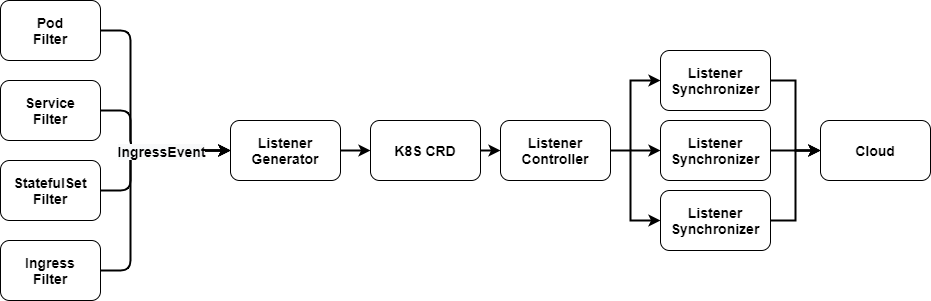
This is docs/features/bcs-ingress-controller/img/bcs-ingress-controller-architecture.png from TencentBlueKing/bk-bcs, a draw.io export, as it was before one commit. Source tidied: cells renumbered, new cells last; positions are measured from the earlier drawing's top-left corner, leaving out a move shared by most shapes. The source it was exported from:
```xml
<mxGraphModel>
  <root>
    <mxCell id="0" />
    <mxCell id="1" parent="0" />
    <mxCell id="2" value="Pod&lt;br&gt;Filter" style="rounded=1;whiteSpace=wrap;html=1;fontSize=14;fontStyle=1;" parent="1" vertex="1">
      <mxGeometry width="100" height="60" as="geometry" />
    </mxCell>
    <mxCell id="3" style="edgeStyle=orthogonalEdgeStyle;rounded=1;jettySize=auto;html=1;exitX=1;exitY=0.5;exitDx=0;exitDy=0;entryX=0;entryY=0.5;entryDx=0;entryDy=0;fontSize=14;strokeWidth=2;" parent="1" edge="1" source="4" target="10">
      <mxGeometry relative="1" as="geometry">
        <Array as="points">
          <mxPoint x="130" y="110" />
          <mxPoint x="130" y="150" />
        </Array>
      </mxGeometry>
    </mxCell>
    <mxCell id="4" value="Service&lt;br&gt;Filter" style="rounded=1;whiteSpace=wrap;html=1;fontSize=14;fontStyle=1;" parent="1" vertex="1">
      <mxGeometry y="80" width="100" height="60" as="geometry" />
    </mxCell>
    <mxCell id="5" style="edgeStyle=orthogonalEdgeStyle;rounded=1;jettySize=auto;html=1;exitX=1;exitY=0.5;exitDx=0;exitDy=0;entryX=0;entryY=0.5;entryDx=0;entryDy=0;fontSize=14;strokeWidth=2;" parent="1" edge="1" source="6" target="10">
      <mxGeometry relative="1" as="geometry">
        <Array as="points">
          <mxPoint x="130" y="190" />
          <mxPoint x="130" y="150" />
        </Array>
      </mxGeometry>
    </mxCell>
    <mxCell id="6" value="StatefulSet&lt;br&gt;Filter" style="rounded=1;whiteSpace=wrap;html=1;fontSize=14;fontStyle=1;" parent="1" vertex="1">
      <mxGeometry y="160" width="100" height="60" as="geometry" />
    </mxCell>
    <mxCell id="7" style="edgeStyle=orthogonalEdgeStyle;rounded=1;jettySize=auto;html=1;exitX=1;exitY=0.5;exitDx=0;exitDy=0;entryX=0;entryY=0.5;entryDx=0;entryDy=0;fontSize=14;strokeWidth=2;" parent="1" edge="1" source="8" target="10">
      <mxGeometry relative="1" as="geometry">
        <Array as="points">
          <mxPoint x="130" y="270" />
          <mxPoint x="130" y="150" />
        </Array>
      </mxGeometry>
    </mxCell>
    <mxCell id="8" value="Ingress&lt;br&gt;Filter" style="rounded=1;whiteSpace=wrap;html=1;fontSize=14;fontStyle=1;" parent="1" vertex="1">
      <mxGeometry y="240" width="100" height="60" as="geometry" />
    </mxCell>
    <mxCell id="9" style="edgeStyle=orthogonalEdgeStyle;rounded=1;jettySize=auto;html=1;exitX=1;exitY=0.5;exitDx=0;exitDy=0;entryX=0;entryY=0.5;entryDx=0;entryDy=0;fontSize=14;strokeWidth=2;" parent="1" edge="1" source="10" target="12">
      <mxGeometry relative="1" as="geometry" />
    </mxCell>
    <mxCell id="10" value="Listener&lt;br&gt;Generator" style="rounded=1;whiteSpace=wrap;html=1;fontSize=14;fontStyle=1;" parent="1" vertex="1">
      <mxGeometry x="230" y="120" width="110" height="60" as="geometry" />
    </mxCell>
    <mxCell id="11" style="edgeStyle=orthogonalEdgeStyle;rounded=0;jettySize=auto;html=1;exitX=1;exitY=0.5;exitDx=0;exitDy=0;entryX=0;entryY=0.5;entryDx=0;entryDy=0;strokeWidth=2;fontSize=14;" parent="1" edge="1" source="12" target="16">
      <mxGeometry relative="1" as="geometry" />
    </mxCell>
    <mxCell id="12" value="K8S CRD" style="rounded=1;whiteSpace=wrap;html=1;fontSize=14;fontStyle=1;" parent="1" vertex="1">
      <mxGeometry x="370" y="120" width="110" height="60" as="geometry" />
    </mxCell>
    <mxCell id="13" style="edgeStyle=orthogonalEdgeStyle;rounded=0;jettySize=auto;html=1;exitX=1;exitY=0.5;exitDx=0;exitDy=0;entryX=0;entryY=0.5;entryDx=0;entryDy=0;strokeWidth=2;fontSize=14;" parent="1" edge="1" target="18">
      <mxGeometry relative="1" as="geometry">
        <mxPoint x="630" y="150" as="sourcePoint" />
        <Array as="points">
          <mxPoint x="630" y="80" />
        </Array>
      </mxGeometry>
    </mxCell>
    <mxCell id="14" style="edgeStyle=orthogonalEdgeStyle;rounded=0;jettySize=auto;html=1;exitX=1;exitY=0.5;exitDx=0;exitDy=0;entryX=0;entryY=0.5;entryDx=0;entryDy=0;strokeWidth=2;fontSize=14;" parent="1" edge="1" target="20">
      <mxGeometry relative="1" as="geometry">
        <mxPoint x="630" y="150" as="sourcePoint" />
      </mxGeometry>
    </mxCell>
    <mxCell id="15" style="edgeStyle=orthogonalEdgeStyle;rounded=0;jettySize=auto;html=1;entryX=0;entryY=0.5;entryDx=0;entryDy=0;strokeWidth=2;fontSize=14;" parent="1" edge="1" source="16" target="22">
      <mxGeometry relative="1" as="geometry">
        <Array as="points">
          <mxPoint x="630" y="150" />
          <mxPoint x="630" y="220" />
        </Array>
      </mxGeometry>
    </mxCell>
    <mxCell id="16" value="Listener&lt;br&gt;Controller" style="rounded=1;whiteSpace=wrap;html=1;fontSize=14;fontStyle=1;" parent="1" vertex="1">
      <mxGeometry x="500" y="120" width="110" height="60" as="geometry" />
    </mxCell>
    <mxCell id="17" style="edgeStyle=orthogonalEdgeStyle;rounded=0;jettySize=auto;html=1;exitX=1;exitY=0.5;exitDx=0;exitDy=0;entryX=0;entryY=0.5;entryDx=0;entryDy=0;strokeWidth=2;fontSize=14;" parent="1" edge="1" source="18" target="23">
      <mxGeometry relative="1" as="geometry" />
    </mxCell>
    <mxCell id="18" value="Listener&lt;br&gt;Synchronizer" style="rounded=1;whiteSpace=wrap;html=1;fontSize=14;fontStyle=1;" parent="1" vertex="1">
      <mxGeometry x="660" y="50" width="110" height="60" as="geometry" />
    </mxCell>
    <mxCell id="19" style="edgeStyle=orthogonalEdgeStyle;rounded=0;jettySize=auto;html=1;exitX=1;exitY=0.5;exitDx=0;exitDy=0;entryX=0;entryY=0.5;entryDx=0;entryDy=0;strokeWidth=2;fontSize=14;" parent="1" edge="1" source="20" target="23">
      <mxGeometry relative="1" as="geometry" />
    </mxCell>
    <mxCell id="20" value="Listener&lt;br&gt;Synchronizer" style="rounded=1;whiteSpace=wrap;html=1;fontSize=14;fontStyle=1;" parent="1" vertex="1">
      <mxGeometry x="660" y="120" width="110" height="60" as="geometry" />
    </mxCell>
    <mxCell id="21" style="edgeStyle=orthogonalEdgeStyle;rounded=0;jettySize=auto;html=1;exitX=1;exitY=0.5;exitDx=0;exitDy=0;entryX=0;entryY=0.5;entryDx=0;entryDy=0;strokeWidth=2;fontSize=14;" parent="1" edge="1" source="22" target="23">
      <mxGeometry relative="1" as="geometry" />
    </mxCell>
    <mxCell id="22" value="Listener&lt;br&gt;Synchronizer" style="rounded=1;whiteSpace=wrap;html=1;fontSize=14;fontStyle=1;" parent="1" vertex="1">
      <mxGeometry x="660" y="190" width="110" height="60" as="geometry" />
    </mxCell>
    <mxCell id="23" value="Cloud" style="rounded=1;whiteSpace=wrap;html=1;fontSize=14;fontStyle=1;" parent="1" vertex="1">
      <mxGeometry x="820" y="120" width="110" height="60" as="geometry" />
    </mxCell>
    <mxCell id="24" style="endArrow=classic;html=1;fontSize=14;exitX=1;exitY=0.5;exitDx=0;exitDy=0;entryX=0;entryY=0.5;entryDx=0;entryDy=0;edgeStyle=orthogonalEdgeStyle;strokeWidth=2;" parent="1" edge="1" source="2" target="10">
      <mxGeometry relative="1" as="geometry">
        <Array as="points">
          <mxPoint x="130" y="30" />
          <mxPoint x="130" y="150" />
        </Array>
      </mxGeometry>
    </mxCell>
    <mxCell id="25" value="&lt;span style=&quot;font-weight: 700 ; background-color: rgb(248 , 249 , 250)&quot;&gt;IngressEvent&lt;/span&gt;" style="edgeLabel;html=1;align=center;verticalAlign=middle;fontSize=14;" parent="24" vertex="1">
      <mxGeometry x="0.44" relative="1" as="geometry" />
    </mxCell>
    <mxCell id="26" style="text;html=1;strokeColor=none;align=center;verticalAlign=middle;whiteSpace=wrap;rounded=0;fontSize=14;fontStyle=1;fillColor=#ffffff;" parent="1" vertex="1">
      <mxGeometry x="275" y="270" width="95" height="20" as="geometry" />
    </mxCell>
  </root>
</mxGraphModel>
```
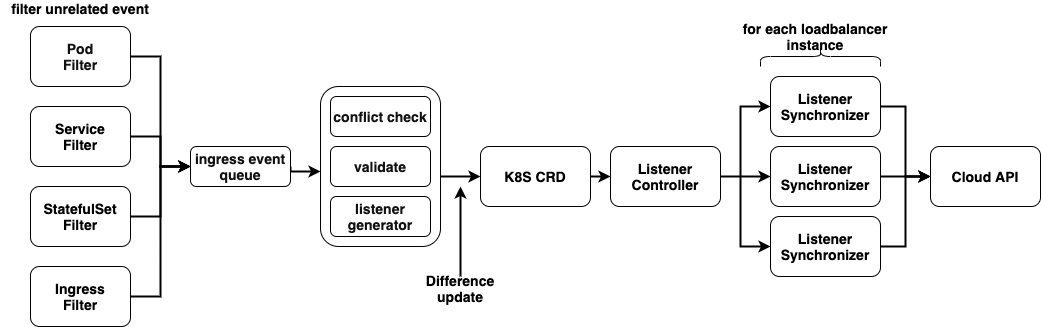
After the commit.

Change to the diagram source:
```diff
@@ -2,48 +2,35 @@
   <root>
     <mxCell id="0" />
     <mxCell id="1" parent="0" />
+    <mxCell id="27" style="edgeStyle=orthogonalEdgeStyle;rounded=0;jettySize=auto;html=1;exitX=1;exitY=0.5;exitDx=0;exitDy=0;entryX=0;entryY=0.5;entryDx=0;entryDy=0;strokeWidth=2;" parent="1" edge="1" source="2" target="34">
+      <mxGeometry relative="1" as="geometry" />
+    </mxCell>
-    <mxCell id="2" value="Pod&lt;br&gt;Filter" style="rounded=1;whiteSpace=wrap;html=1;fontSize=14;fontStyle=1;" parent="1" vertex="1">
-      <mxGeometry width="100" height="60" as="geometry" />
+    <mxCell id="2" value="&lt;font color=&quot;#121212&quot; style=&quot;background-color: rgb(255 , 255 , 255)&quot;&gt;Pod&lt;br&gt;Filter&lt;/font&gt;" style="rounded=1;whiteSpace=wrap;html=1;fontSize=14;fontStyle=1;fillColor=#FFFFFF;" parent="1" vertex="1">
+      <mxGeometry x="-80" width="100" height="60" as="geometry" />
     </mxCell>
-    <mxCell id="3" style="edgeStyle=orthogonalEdgeStyle;rounded=1;jettySize=auto;html=1;exitX=1;exitY=0.5;exitDx=0;exitDy=0;entryX=0;entryY=0.5;entryDx=0;entryDy=0;fontSize=14;strokeWidth=2;" parent="1" edge="1" source="4" target="10">
-      <mxGeometry relative="1" as="geometry">
-        <Array as="points">
-          <mxPoint x="130" y="110" />
-          <mxPoint x="130" y="150" />
-        </Array>
-      </mxGeometry>
-    </mxCell>
+    <mxCell id="28" style="edgeStyle=orthogonalEdgeStyle;rounded=0;jettySize=auto;html=1;exitX=1;exitY=0.5;exitDx=0;exitDy=0;entryX=0;entryY=0.5;entryDx=0;entryDy=0;strokeWidth=2;" parent="1" edge="1" source="4" target="34">
+      <mxGeometry relative="1" as="geometry" />
+    </mxCell>
-    <mxCell id="4" value="Service&lt;br&gt;Filter" style="rounded=1;whiteSpace=wrap;html=1;fontSize=14;fontStyle=1;" parent="1" vertex="1">
-      <mxGeometry y="80" width="100" height="60" as="geometry" />
+    <mxCell id="4" value="&lt;font color=&quot;#000000&quot;&gt;Service&lt;br&gt;Filter&lt;/font&gt;" style="rounded=1;whiteSpace=wrap;html=1;fontSize=14;fontStyle=1;fillColor=#FFFFFF;" parent="1" vertex="1">
+      <mxGeometry x="-80" y="80" width="100" height="60" as="geometry" />
     </mxCell>
-    <mxCell id="5" style="edgeStyle=orthogonalEdgeStyle;rounded=1;jettySize=auto;html=1;exitX=1;exitY=0.5;exitDx=0;exitDy=0;entryX=0;entryY=0.5;entryDx=0;entryDy=0;fontSize=14;strokeWidth=2;" parent="1" edge="1" source="6" target="10">
-      <mxGeometry relative="1" as="geometry">
-        <Array as="points">
-          <mxPoint x="130" y="190" />
-          <mxPoint x="130" y="150" />
-        </Array>
-      </mxGeometry>
-    </mxCell>
+    <mxCell id="29" style="edgeStyle=orthogonalEdgeStyle;rounded=0;jettySize=auto;html=1;exitX=1;exitY=0.5;exitDx=0;exitDy=0;entryX=0;entryY=0.5;entryDx=0;entryDy=0;strokeWidth=2;" parent="1" edge="1" source="6" target="34">
+      <mxGeometry relative="1" as="geometry" />
+    </mxCell>
-    <mxCell id="6" value="StatefulSet&lt;br&gt;Filter" style="rounded=1;whiteSpace=wrap;html=1;fontSize=14;fontStyle=1;" parent="1" vertex="1">
-      <mxGeometry y="160" width="100" height="60" as="geometry" />
+    <mxCell id="6" value="&lt;font color=&quot;#000000&quot;&gt;StatefulSet&lt;br&gt;Filter&lt;/font&gt;" style="rounded=1;whiteSpace=wrap;html=1;fontSize=14;fontStyle=1;fillColor=#FFFFFF;" parent="1" vertex="1">
+      <mxGeometry x="-80" y="160" width="100" height="60" as="geometry" />
     </mxCell>
-    <mxCell id="7" style="edgeStyle=orthogonalEdgeStyle;rounded=1;jettySize=auto;html=1;exitX=1;exitY=0.5;exitDx=0;exitDy=0;entryX=0;entryY=0.5;entryDx=0;entryDy=0;fontSize=14;strokeWidth=2;" parent="1" edge="1" source="8" target="10">
-      <mxGeometry relative="1" as="geometry">
-        <Array as="points">
-          <mxPoint x="130" y="270" />
-          <mxPoint x="130" y="150" />
-        </Array>
-      </mxGeometry>
-    </mxCell>
+    <mxCell id="30" style="edgeStyle=orthogonalEdgeStyle;rounded=0;jettySize=auto;html=1;exitX=1;exitY=0.5;exitDx=0;exitDy=0;entryX=0;entryY=0.5;entryDx=0;entryDy=0;strokeWidth=2;" parent="1" edge="1" source="8" target="34">
+      <mxGeometry relative="1" as="geometry" />
+    </mxCell>
-    <mxCell id="8" value="Ingress&lt;br&gt;Filter" style="rounded=1;whiteSpace=wrap;html=1;fontSize=14;fontStyle=1;" parent="1" vertex="1">
-      <mxGeometry y="240" width="100" height="60" as="geometry" />
+    <mxCell id="8" value="&lt;font color=&quot;#000000&quot;&gt;Ingress&lt;br&gt;Filter&lt;/font&gt;" style="rounded=1;whiteSpace=wrap;html=1;fontSize=14;fontStyle=1;fillColor=#FFFFFF;" parent="1" vertex="1">
+      <mxGeometry x="-80" y="240" width="100" height="60" as="geometry" />
     </mxCell>
-    <mxCell id="9" style="edgeStyle=orthogonalEdgeStyle;rounded=1;jettySize=auto;html=1;exitX=1;exitY=0.5;exitDx=0;exitDy=0;entryX=0;entryY=0.5;entryDx=0;entryDy=0;fontSize=14;strokeWidth=2;" parent="1" edge="1" source="10" target="12">
-      <mxGeometry relative="1" as="geometry" />
+    <mxCell id="9" style="edgeStyle=orthogonalEdgeStyle;rounded=1;jettySize=auto;html=1;exitX=1;exitY=0.5;exitDx=0;exitDy=0;entryX=0;entryY=0.5;entryDx=0;entryDy=0;fontSize=14;strokeWidth=2;" parent="1" edge="1" target="12">
+      <mxGeometry relative="1" as="geometry">
+        <mxPoint x="330" y="150" as="sourcePoint" />
+      </mxGeometry>
     </mxCell>
-    <mxCell id="10" value="Listener&lt;br&gt;Generator" style="rounded=1;whiteSpace=wrap;html=1;fontSize=14;fontStyle=1;" parent="1" vertex="1">
-      <mxGeometry x="230" y="120" width="110" height="60" as="geometry" />
-    </mxCell>
     <mxCell id="11" style="edgeStyle=orthogonalEdgeStyle;rounded=0;jettySize=auto;html=1;exitX=1;exitY=0.5;exitDx=0;exitDy=0;entryX=0;entryY=0.5;entryDx=0;entryDy=0;strokeWidth=2;fontSize=14;" parent="1" edge="1" source="12" target="16">
       <mxGeometry relative="1" as="geometry" />
     </mxCell>
@@ -92,22 +79,49 @@
     <mxCell id="22" value="Listener&lt;br&gt;Synchronizer" style="rounded=1;whiteSpace=wrap;html=1;fontSize=14;fontStyle=1;" parent="1" vertex="1">
       <mxGeometry x="660" y="190" width="110" height="60" as="geometry" />
     </mxCell>
-    <mxCell id="23" value="Cloud" style="rounded=1;whiteSpace=wrap;html=1;fontSize=14;fontStyle=1;" parent="1" vertex="1">
+    <mxCell id="23" value="Cloud API" style="rounded=1;whiteSpace=wrap;html=1;fontSize=14;fontStyle=1;" parent="1" vertex="1">
       <mxGeometry x="820" y="120" width="110" height="60" as="geometry" />
     </mxCell>
-    <mxCell id="24" style="endArrow=classic;html=1;fontSize=14;exitX=1;exitY=0.5;exitDx=0;exitDy=0;entryX=0;entryY=0.5;entryDx=0;entryDy=0;edgeStyle=orthogonalEdgeStyle;strokeWidth=2;" parent="1" edge="1" source="2" target="10">
-      <mxGeometry relative="1" as="geometry">
-        <Array as="points">
-          <mxPoint x="130" y="30" />
-          <mxPoint x="130" y="150" />
-        </Array>
-      </mxGeometry>
-    </mxCell>
-    <mxCell id="25" value="&lt;span style=&quot;font-weight: 700 ; background-color: rgb(248 , 249 , 250)&quot;&gt;IngressEvent&lt;/span&gt;" style="edgeLabel;html=1;align=center;verticalAlign=middle;fontSize=14;" parent="24" vertex="1">
-      <mxGeometry x="0.44" relative="1" as="geometry" />
-    </mxCell>
-    <mxCell id="26" style="text;html=1;strokeColor=none;align=center;verticalAlign=middle;whiteSpace=wrap;rounded=0;fontSize=14;fontStyle=1;fillColor=#ffffff;" parent="1" vertex="1">
-      <mxGeometry x="275" y="270" width="95" height="20" as="geometry" />
-    </mxCell>
+    <mxCell id="31" style="rounded=1;whiteSpace=wrap;html=1;fontSize=14;fontStyle=1;" parent="1" vertex="1">
+      <mxGeometry x="210" y="60" width="120" height="160" as="geometry" />
+    </mxCell>
+    <mxCell id="32" value="&lt;font color=&quot;#121212&quot;&gt;&lt;span style=&quot;background-color: rgb(255 , 255 , 255)&quot;&gt;conflict check&lt;/span&gt;&lt;/font&gt;" style="rounded=1;whiteSpace=wrap;html=1;fontSize=14;fontStyle=1;fillColor=#FFFFFF;" parent="1" vertex="1">
+      <mxGeometry x="220" y="70" width="100" height="40" as="geometry" />
+    </mxCell>
+    <mxCell id="33" style="edgeStyle=orthogonalEdgeStyle;rounded=0;jettySize=auto;html=1;exitX=1;exitY=0.5;exitDx=0;exitDy=0;strokeWidth=2;" parent="1" edge="1" source="34">
+      <mxGeometry relative="1" as="geometry">
+        <mxPoint x="210" y="145" as="targetPoint" />
+        <Array as="points">
+          <mxPoint x="210" y="145" />
+        </Array>
+      </mxGeometry>
+    </mxCell>
+    <mxCell id="34" value="&lt;font color=&quot;#121212&quot;&gt;&lt;span style=&quot;background-color: rgb(255 , 255 , 255)&quot;&gt;ingress event queue&lt;/span&gt;&lt;/font&gt;" style="rounded=1;whiteSpace=wrap;html=1;fontSize=14;fontStyle=1;fillColor=#FFFFFF;" parent="1" vertex="1">
+      <mxGeometry x="80" y="120" width="100" height="40" as="geometry" />
+    </mxCell>
+    <mxCell id="35" value="&lt;font color=&quot;#121212&quot;&gt;&lt;span style=&quot;background-color: rgb(255 , 255 , 255)&quot;&gt;validate&lt;/span&gt;&lt;/font&gt;" style="rounded=1;whiteSpace=wrap;html=1;fontSize=14;fontStyle=1;fillColor=#FFFFFF;" parent="1" vertex="1">
+      <mxGeometry x="220" y="120" width="100" height="40" as="geometry" />
+    </mxCell>
+    <mxCell id="36" value="&lt;font color=&quot;#121212&quot;&gt;&lt;span style=&quot;background-color: rgb(255 , 255 , 255)&quot;&gt;listener generator&lt;/span&gt;&lt;/font&gt;" style="rounded=1;whiteSpace=wrap;html=1;fontSize=14;fontStyle=1;fillColor=#FFFFFF;" parent="1" vertex="1">
+      <mxGeometry x="220" y="170" width="100" height="40" as="geometry" />
+    </mxCell>
+    <mxCell id="37" style="shape=curlyBracket;whiteSpace=wrap;html=1;rounded=1;rotation=90;" parent="1" vertex="1">
+      <mxGeometry x="700" y="-30" width="20" height="120" as="geometry" />
+    </mxCell>
+    <mxCell id="38" value="for each loadbalancer instance" style="text;html=1;strokeColor=none;fillColor=none;align=center;verticalAlign=middle;whiteSpace=wrap;rounded=0;fontSize=14;fontStyle=1;" parent="1" vertex="1">
+      <mxGeometry x="610" width="190" height="20" as="geometry" />
+    </mxCell>
+    <mxCell id="39" style="endArrow=classic;html=1;strokeWidth=2;fontSize=14;" parent="1" edge="1">
+      <mxGeometry relative="1" as="geometry">
+        <mxPoint x="350" y="250" as="sourcePoint" />
+        <mxPoint x="350" y="160" as="targetPoint" />
+      </mxGeometry>
+    </mxCell>
+    <mxCell id="40" value="&lt;div&gt;Difference update&lt;/div&gt;&lt;div&gt;&lt;br&gt;&lt;/div&gt;" style="text;html=1;strokeColor=none;fillColor=none;align=center;verticalAlign=middle;whiteSpace=wrap;rounded=0;fontSize=14;fontStyle=1;" parent="1" vertex="1">
+      <mxGeometry x="330" y="260" width="40" height="20" as="geometry" />
+    </mxCell>
+    <mxCell id="41" value="&lt;div&gt;filter unrelated event&lt;/div&gt;&lt;div&gt;&lt;br&gt;&lt;/div&gt;" style="text;html=1;strokeColor=none;fillColor=none;align=center;verticalAlign=middle;whiteSpace=wrap;rounded=0;fontSize=14;fontStyle=1;" parent="1" vertex="1">
+      <mxGeometry x="-110" y="-20" width="160" height="20" as="geometry" />
+    </mxCell>
   </root>
 </mxGraphModel>
```
